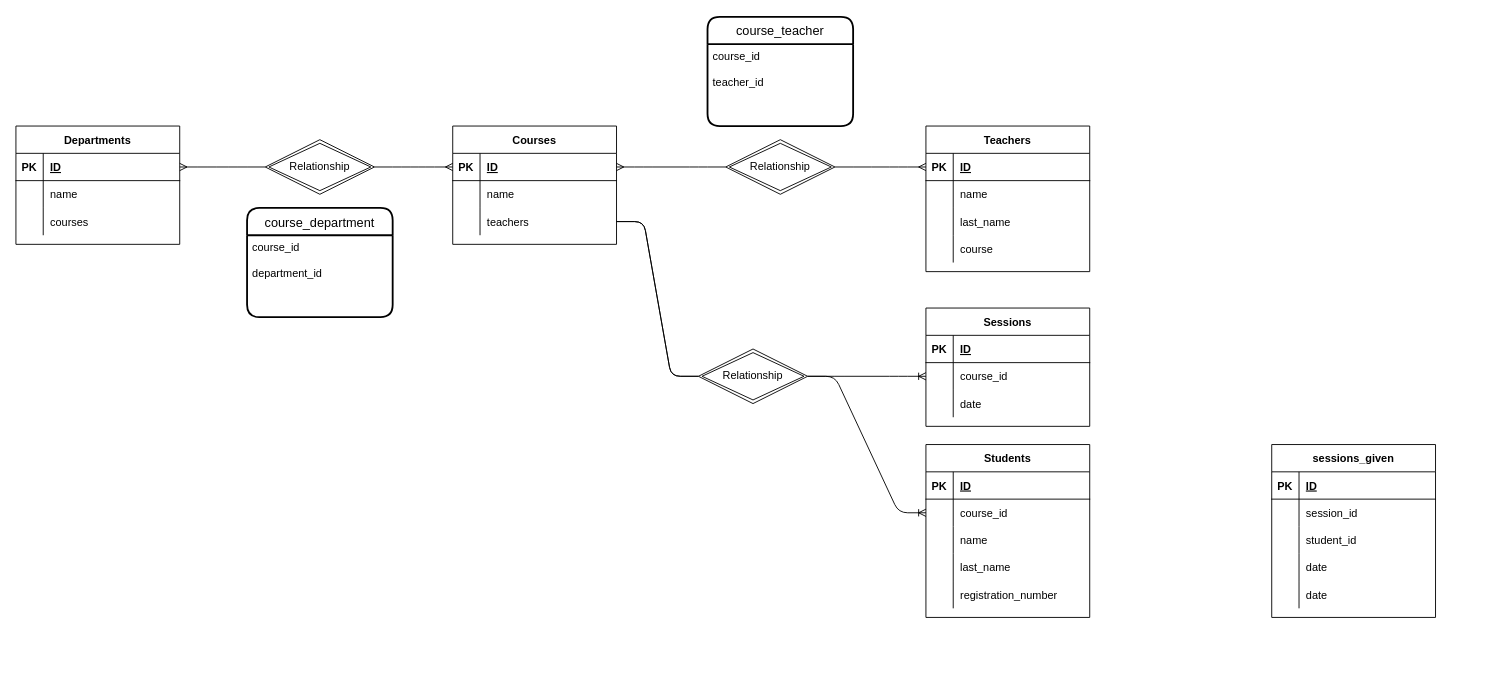
LauCost/db-university keeps this draw.io diagram as university_db.drawio. Above is the earlier version. Source tidied: cells renumbered, new cells numbered last; positions are measured from the earlier drawing's top-left corner, leaving out a move shared by most shapes. Both pictures are drawn from the tidied source at 91%, with x=0, y=0 at pixel (15, 16).
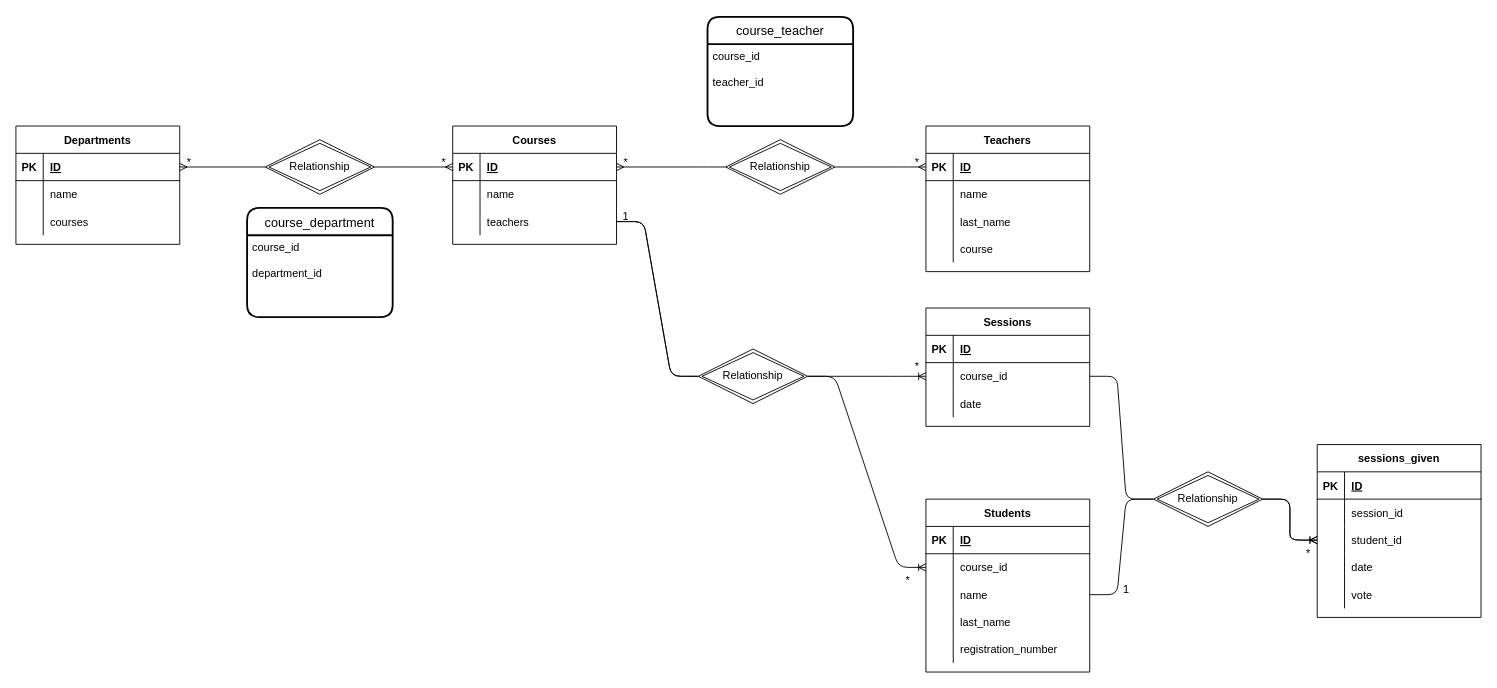
The same page after the edit.

Commit message:
End of the database

Unchanged cells that the change refers to:
```xml
<mxCell id="49" style="shape=partialRectangle;fillColor=none;top=0;left=0;bottom=0;right=0;points=[[0,0.5],[1,0.5]];portConstraint=eastwest;" parent="45" vertex="1">
  <mxGeometry y="60" width="180" height="30" as="geometry" />
</mxCell>
<mxCell id="64" style="shape=partialRectangle;fillColor=none;top=0;left=0;bottom=0;right=0;points=[[0,0.5],[1,0.5]];portConstraint=eastwest;" parent="57" vertex="1">
  <mxGeometry y="90" width="180" height="30" as="geometry" />
</mxCell>
<mxCell id="83" style="shape=partialRectangle;fillColor=none;top=0;left=0;bottom=0;right=0;points=[[0,0.5],[1,0.5]];portConstraint=eastwest;" parent="76" vertex="1">
  <mxGeometry y="90" width="180" height="30" as="geometry" />
</mxCell>
<mxCell id="89" style="shape=partialRectangle;fillColor=none;top=0;left=0;bottom=0;right=0;" parent="76" vertex="1">
  <mxGeometry y="150" width="180" height="30" as="geometry" />
</mxCell>
```

The edit, as a diff of the source:
```diff
@@
     <mxCell id="57" value="Students" style="shape=table;startSize=30;childLayout=tableLayout;rowLines=0;fontStyle=1;align=center;" parent="1" vertex="1">
-      <mxGeometry x="1000" y="470" width="180" height="190" as="geometry" />
+      <mxGeometry x="1000" y="530" width="180" height="190" as="geometry" />
     </mxCell>
@@
     <mxCell id="76" value="sessions_given" style="shape=table;startSize=30;childLayout=tableLayout;rowLines=0;fontStyle=1;align=center;" parent="1" vertex="1">
-      <mxGeometry x="1380" y="470" width="180" height="190" as="geometry" />
+      <mxGeometry x="1430" y="470" width="180" height="190" as="geometry" />
     </mxCell>
@@
-    <mxCell id="91" value="date" style="shape=partialRectangle;fillColor=none;top=0;left=0;bottom=0;right=0;align=left;spacingLeft=6;overflow=hidden;" parent="89" vertex="1">
+    <mxCell id="91" value="vote" style="shape=partialRectangle;fillColor=none;top=0;left=0;bottom=0;right=0;align=left;spacingLeft=6;overflow=hidden;" parent="89" vertex="1">
       <mxGeometry x="30" width="150" height="30" as="geometry" />
     </mxCell>
+    <mxCell id="92" style="edgeStyle=entityRelationEdgeStyle;fontSize=12;html=1;endArrow=ERoneToMany;entryX=0;entryY=0.5;entryDx=0;entryDy=0;exitX=1;exitY=0.5;exitDx=0;exitDy=0;startArrow=none;" parent="1" edge="1" source="95" target="83">
+      <mxGeometry relative="1" as="geometry" />
+    </mxCell>
+    <mxCell id="93" style="edgeStyle=entityRelationEdgeStyle;fontSize=12;html=1;endArrow=none;entryX=0;entryY=0.5;entryDx=0;entryDy=0;exitX=1;exitY=0.5;exitDx=0;exitDy=0;" parent="1" edge="1" source="64" target="95">
+      <mxGeometry relative="1" as="geometry" />
+    </mxCell>
+    <mxCell id="94" style="edgeStyle=entityRelationEdgeStyle;fontSize=12;html=1;endArrow=ERoneToMany;exitX=1;exitY=0.5;exitDx=0;exitDy=0;entryX=0;entryY=0.5;entryDx=0;entryDy=0;startArrow=none;" parent="1" edge="1" source="95" target="83">
+      <mxGeometry relative="1" as="geometry" />
+    </mxCell>
+    <mxCell id="95" value="Relationship" style="shape=rhombus;double=1;perimeter=rhombusPerimeter;whiteSpace=wrap;html=1;align=center;" parent="1" vertex="1">
+      <mxGeometry x="1250" y="500" width="120" height="60" as="geometry" />
+    </mxCell>
+    <mxCell id="96" style="edgeStyle=entityRelationEdgeStyle;fontSize=12;html=1;endArrow=none;exitX=1;exitY=0.5;exitDx=0;exitDy=0;entryX=0;entryY=0.5;entryDx=0;entryDy=0;" parent="1" edge="1" source="49" target="95">
+      <mxGeometry relative="1" as="geometry" />
+    </mxCell>
+    <mxCell id="97" value="1" style="text;html=1;align=center;verticalAlign=middle;strokeColor=none;" parent="1" vertex="1">
+      <mxGeometry x="1210" y="620" width="20" height="20" as="geometry" />
+    </mxCell>
+    <mxCell id="98" value="*" style="text;html=1;align=center;verticalAlign=middle;strokeColor=none;" parent="1" vertex="1">
+      <mxGeometry x="1410" y="580" width="20" height="20" as="geometry" />
+    </mxCell>
+    <mxCell id="99" value="1" style="text;html=1;align=center;verticalAlign=middle;strokeColor=none;" parent="1" vertex="1">
+      <mxGeometry x="660" y="210" width="20" height="20" as="geometry" />
+    </mxCell>
+    <mxCell id="100" value="*" style="text;html=1;align=center;verticalAlign=middle;strokeColor=none;" parent="1" vertex="1">
+      <mxGeometry x="980" y="375" width="20" height="20" as="geometry" />
+    </mxCell>
+    <mxCell id="101" value="*" style="text;html=1;align=center;verticalAlign=middle;strokeColor=none;" parent="1" vertex="1">
+      <mxGeometry x="970" y="610" width="20" height="20" as="geometry" />
+    </mxCell>
+    <mxCell id="102" value="*" style="text;html=1;align=center;verticalAlign=middle;strokeColor=none;" parent="1" vertex="1">
+      <mxGeometry x="660" y="150" width="20" height="20" as="geometry" />
+    </mxCell>
+    <mxCell id="103" value="*" style="text;html=1;align=center;verticalAlign=middle;strokeColor=none;" parent="1" vertex="1">
+      <mxGeometry x="980" y="150" width="20" height="20" as="geometry" />
+    </mxCell>
+    <mxCell id="104" value="*" style="text;html=1;align=center;verticalAlign=middle;strokeColor=none;" parent="1" vertex="1">
+      <mxGeometry x="180" y="150" width="20" height="20" as="geometry" />
+    </mxCell>
+    <mxCell id="105" value="*" style="text;html=1;align=center;verticalAlign=middle;strokeColor=none;" parent="1" vertex="1">
+      <mxGeometry x="460" y="150" width="20" height="20" as="geometry" />
+    </mxCell>
```
